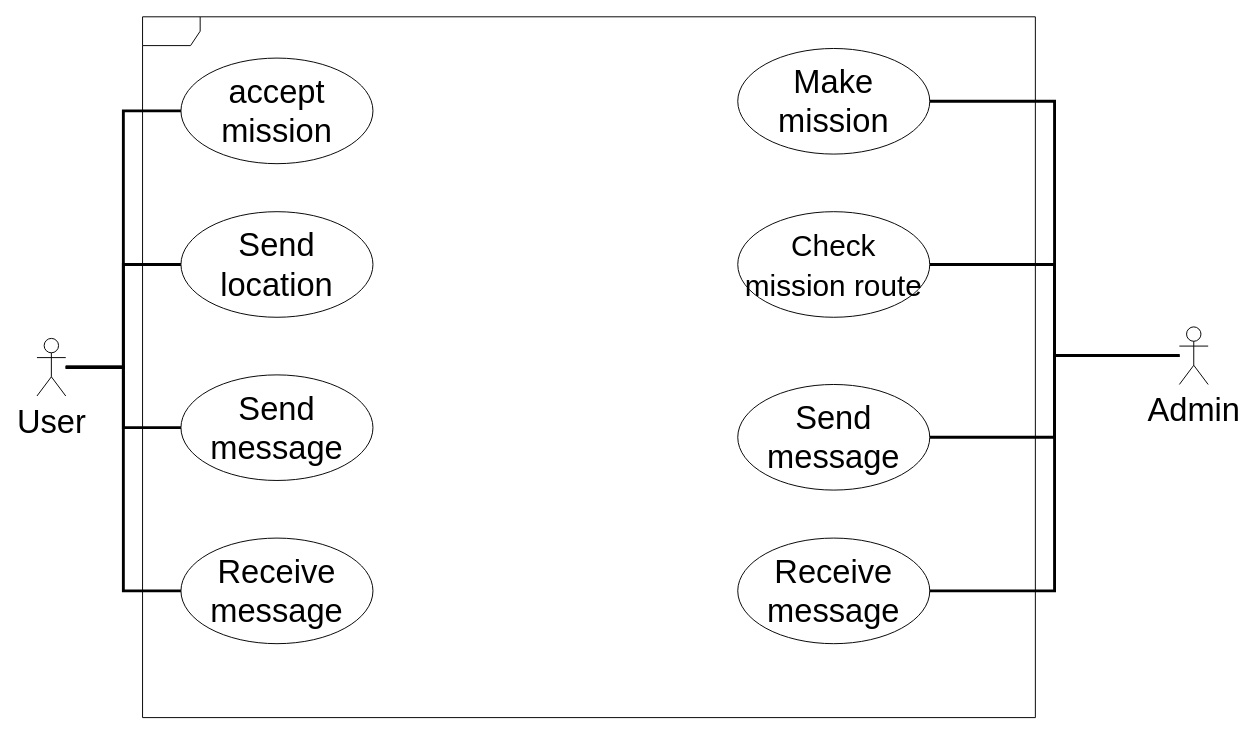
Before: page "UseCase" (2 of 2) of Projects/Tahlil_term3/UML.drawio in geeksesi/my_university, a draw.io diagram. Source tidied: cells renumbered, new cells numbered last; positions are measured from the earlier drawing's top-left corner, leaving out a move shared by most shapes. Both pictures are drawn from the tidied source at 96%, with x=0, y=0 at pixel (36, 16).
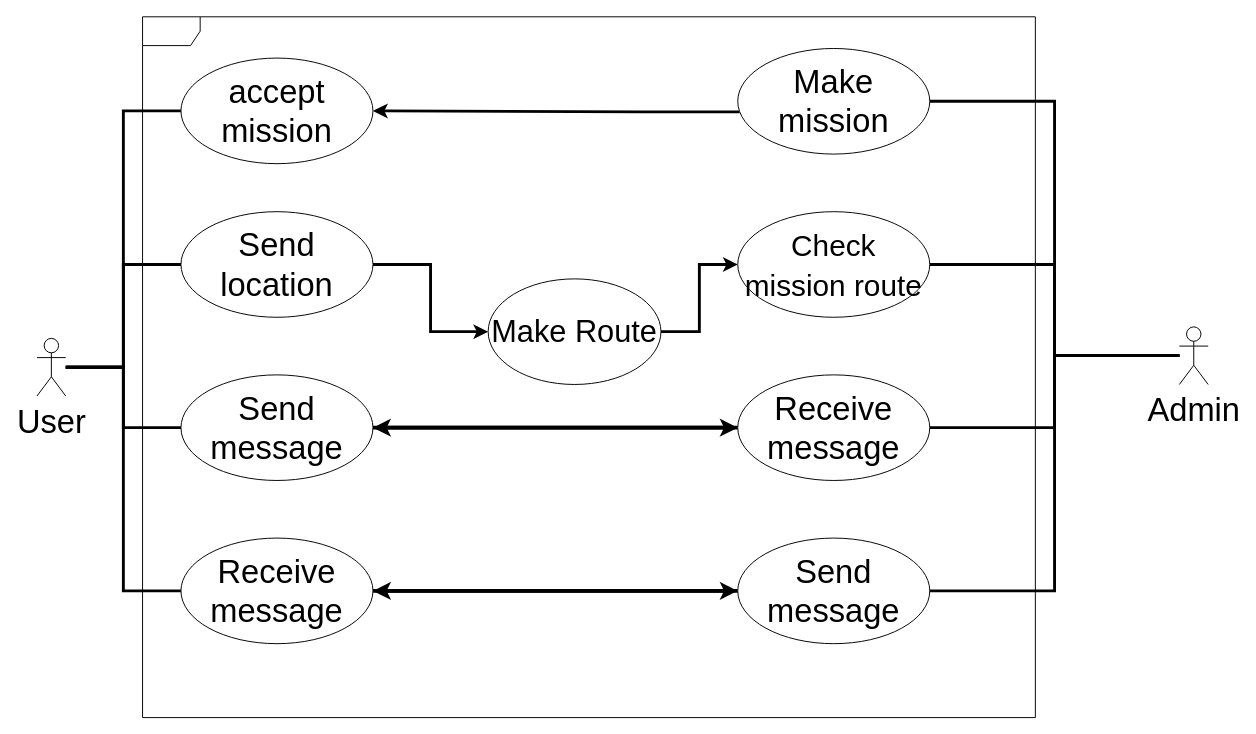
The same diagram, later.

Unchanged cells that the change refers to:
```xml
<mxCell id="8" value="accept mission" style="ellipse;whiteSpace=wrap;html=1;fontSize=34;" parent="1" vertex="1">
  <mxGeometry x="150" y="43" width="200" height="110" as="geometry" />
</mxCell>
<mxCell id="9" value="Send location" style="ellipse;whiteSpace=wrap;html=1;fontSize=34;" parent="1" vertex="1">
  <mxGeometry x="150" y="203" width="200" height="110" as="geometry" />
</mxCell>
<mxCell id="10" value="Send message" style="ellipse;whiteSpace=wrap;html=1;fontSize=34;" parent="1" vertex="1">
  <mxGeometry x="150" y="373" width="200" height="110" as="geometry" />
</mxCell>
<mxCell id="11" value="Receive message" style="ellipse;whiteSpace=wrap;html=1;fontSize=34;" parent="1" vertex="1">
  <mxGeometry x="150" y="543" width="200" height="110" as="geometry" />
</mxCell>
<mxCell id="17" value="Make mission" style="ellipse;whiteSpace=wrap;html=1;fontSize=34;" parent="1" vertex="1">
  <mxGeometry x="730" y="33" width="200" height="110" as="geometry" />
</mxCell>
<mxCell id="18" value="&lt;font style=&quot;font-size: 31px&quot;&gt;Check mission route&lt;br&gt;&lt;/font&gt;" style="ellipse;whiteSpace=wrap;html=1;fontSize=34;" parent="1" vertex="1">
  <mxGeometry x="730" y="203" width="200" height="110" as="geometry" />
</mxCell>
```

What changed in the source:
```diff
@@
+    <mxCell id="21" style="edgeStyle=orthogonalEdgeStyle;rounded=0;jettySize=auto;html=1;entryX=0;entryY=0.5;entryDx=0;entryDy=0;strokeWidth=3;" parent="1" edge="1" source="9" target="28">
+      <mxGeometry relative="1" as="geometry" />
+    </mxCell>
@@
+    <mxCell id="22" style="edgeStyle=orthogonalEdgeStyle;rounded=0;jettySize=auto;html=1;strokeWidth=4;" parent="1" edge="1" source="10" target="20">
+      <mxGeometry relative="1" as="geometry" />
+    </mxCell>
@@
+    <mxCell id="23" style="edgeStyle=orthogonalEdgeStyle;rounded=0;jettySize=auto;html=1;strokeWidth=4;" parent="1" edge="1" source="11" target="19">
+      <mxGeometry relative="1" as="geometry" />
+    </mxCell>
@@
+    <mxCell id="24" style="edgeStyle=orthogonalEdgeStyle;rounded=0;jettySize=auto;html=1;entryX=1;entryY=0.5;entryDx=0;entryDy=0;strokeWidth=3;" parent="1" edge="1" source="17" target="8">
+      <mxGeometry relative="1" as="geometry">
+        <Array as="points">
+          <mxPoint x="630" y="99" />
+          <mxPoint x="630" y="99" />
+        </Array>
+      </mxGeometry>
+    </mxCell>
@@
+    <mxCell id="25" style="edgeStyle=orthogonalEdgeStyle;rounded=0;jettySize=auto;html=1;entryX=1;entryY=0.5;entryDx=0;entryDy=0;strokeWidth=4;" parent="1" edge="1" source="19" target="11">
+      <mxGeometry relative="1" as="geometry" />
+    </mxCell>
     <mxCell id="19" value="Send message" style="ellipse;whiteSpace=wrap;html=1;fontSize=34;" parent="1" vertex="1">
-      <mxGeometry x="730" y="383" width="200" height="110" as="geometry" />
+      <mxGeometry x="730" y="543" width="200" height="110" as="geometry" />
     </mxCell>
+    <mxCell id="26" style="edgeStyle=orthogonalEdgeStyle;rounded=0;jettySize=auto;html=1;strokeWidth=4;" parent="1" edge="1" source="20" target="10">
+      <mxGeometry relative="1" as="geometry" />
+    </mxCell>
     <mxCell id="20" value="Receive message" style="ellipse;whiteSpace=wrap;html=1;fontSize=34;" parent="1" vertex="1">
-      <mxGeometry x="730" y="543" width="200" height="110" as="geometry" />
+      <mxGeometry x="730" y="373" width="200" height="110" as="geometry" />
     </mxCell>
+    <mxCell id="27" style="edgeStyle=orthogonalEdgeStyle;rounded=0;jettySize=auto;html=1;strokeWidth=3;" parent="1" edge="1" source="28" target="18">
+      <mxGeometry relative="1" as="geometry" />
+    </mxCell>
+    <mxCell id="28" value="&lt;font style=&quot;font-size: 32px&quot;&gt;Make Route&lt;br&gt;&lt;/font&gt;" style="ellipse;whiteSpace=wrap;html=1;" parent="1" vertex="1">
+      <mxGeometry x="470" y="273" width="180" height="110" as="geometry" />
+    </mxCell>
```
